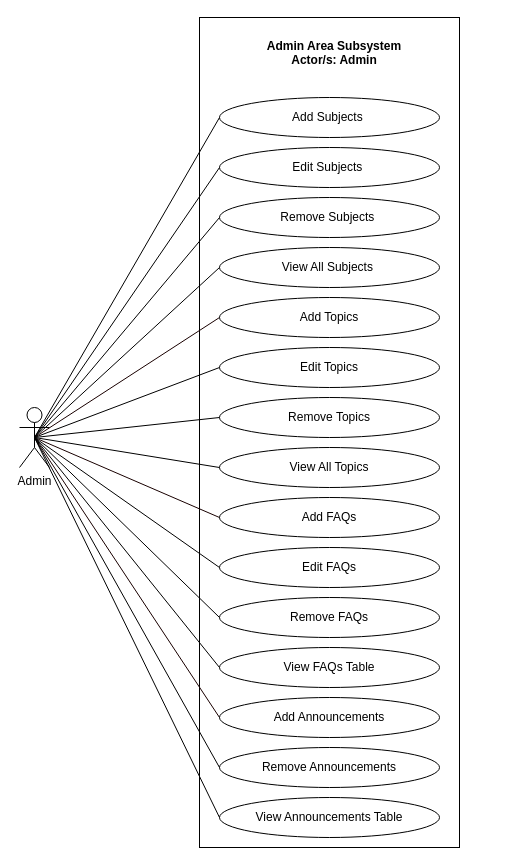
The draw.io diagram page "ADMIN AREA" (5 of 7) of REVISIONS/UML-DIAGRAMS/6-9-2021/USE CASE/use case.drawio in mrklglsn/CAPSTONE-FILES, before the edit. Source tidied: cells renumbered, new cells numbered last; positions are measured from the earlier drawing's top-left corner, leaving out a move shared by most shapes. Both pictures are drawn from the tidied source at 100%, with x=0, y=0 at pixel (19, 17).
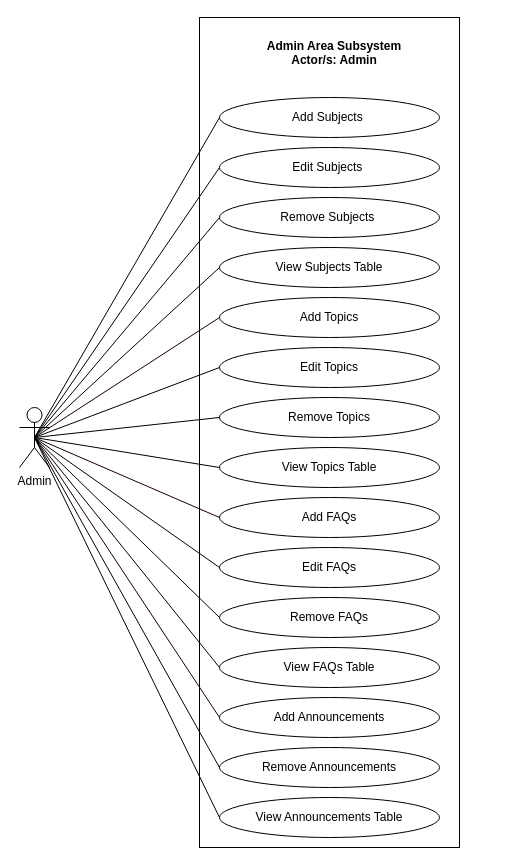
After the change.

What changed in the source:
```diff
@@
-    <mxCell id="26" value="View All Subjects&amp;nbsp;" style="ellipse;whiteSpace=wrap;html=1;fillColor=none;" parent="1" vertex="1">
+    <mxCell id="26" value="View Subjects Table" style="ellipse;whiteSpace=wrap;html=1;fillColor=none;" parent="1" vertex="1">
       <mxGeometry x="200" y="230" width="220" height="40" as="geometry" />
     </mxCell>
@@
-    <mxCell id="29" value="View All Topics" style="ellipse;whiteSpace=wrap;html=1;fillColor=none;" parent="1" vertex="1">
+    <mxCell id="29" value="View Topics Table" style="ellipse;whiteSpace=wrap;html=1;fillColor=none;" parent="1" vertex="1">
       <mxGeometry x="200" y="430" width="220" height="40" as="geometry" />
     </mxCell>
```
